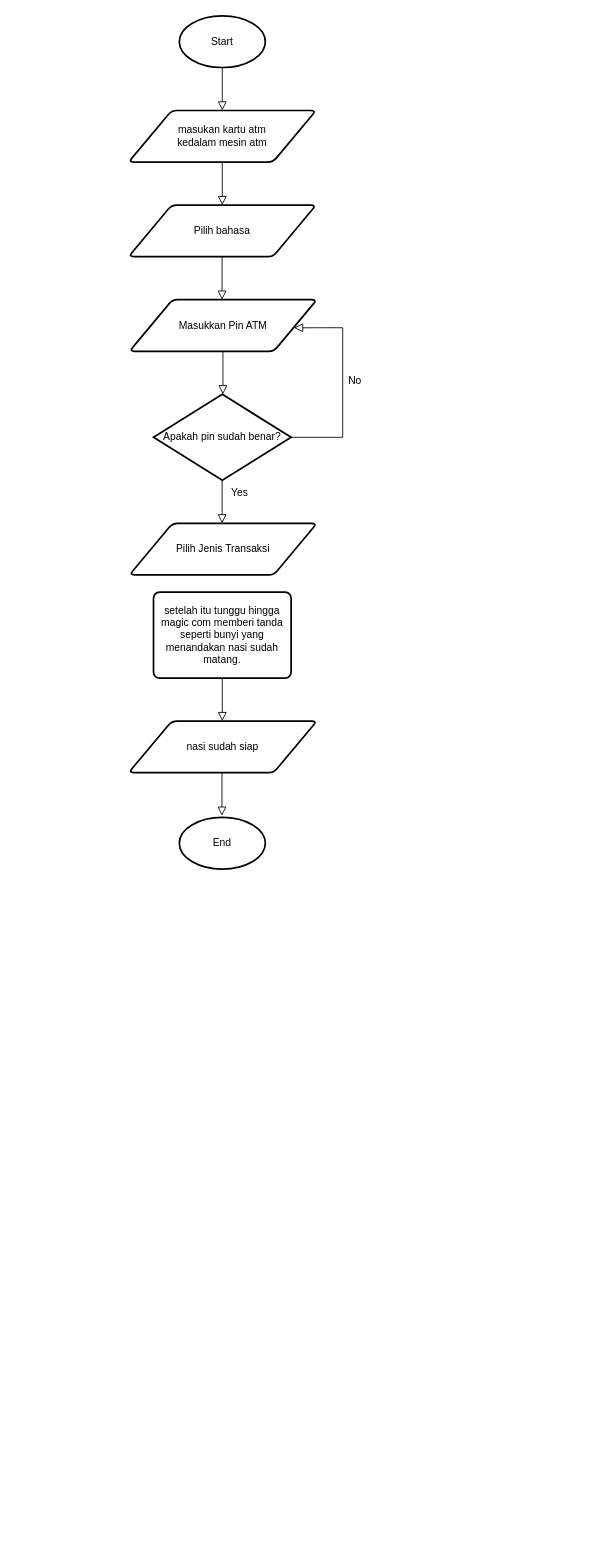
The draw.io diagram Untitled Diagram.drawio in RyanRamadhan11/drawio, before the edit. Source tidied: cells renumbered, new cells numbered last; positions are measured from the earlier drawing's top-left corner, leaving out a move shared by most shapes. Both pictures are drawn from the tidied source at 86%, with x=0, y=0 at pixel (128, 15).
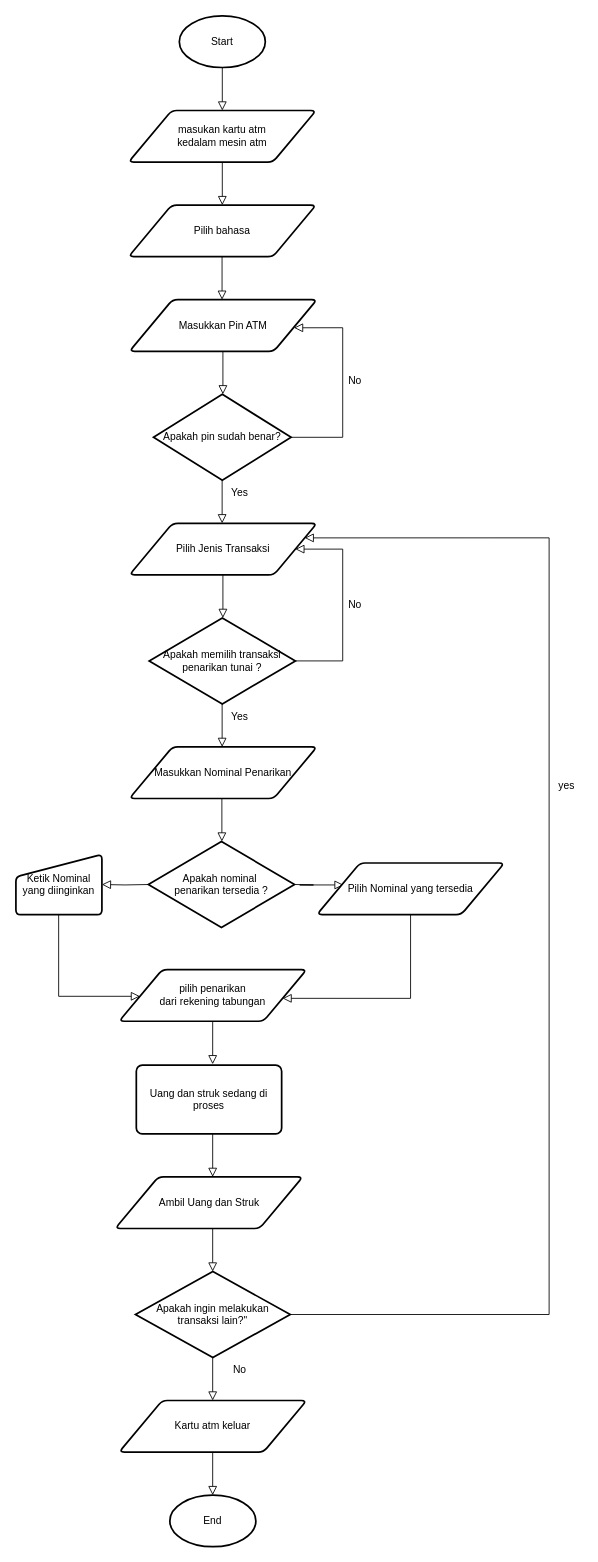
Above is the later version.

The change refers to these unchanged cells:
```xml
<mxCell id="18" value="Pilih Jenis Transaksi " style="shape=parallelogram;html=1;strokeWidth=2;perimeter=parallelogramPerimeter;whiteSpace=wrap;rounded=1;arcSize=12;size=0.23;" parent="1" vertex="1">
  <mxGeometry x="1" y="590" width="218" height="60" as="geometry" />
</mxCell>
```

What changed in the source:
```diff
@@
-    <mxCell id="5" style="rounded=0;html=1;jettySize=auto;orthogonalLoop=1;fontSize=11;endArrow=block;endFill=0;endSize=8;strokeWidth=1;shadow=0;labelBackgroundColor=none;edgeStyle=orthogonalEdgeStyle;" parent="1" edge="1">
-      <mxGeometry relative="1" as="geometry">
-        <mxPoint x="108.6" y="880" as="sourcePoint" />
-        <mxPoint x="108.6" y="930" as="targetPoint" />
-      </mxGeometry>
-    </mxCell>
@@
     <mxCell id="7" value="End" style="strokeWidth=2;html=1;shape=mxgraph.flowchart.start_1;whiteSpace=wrap;" parent="1" vertex="1">
-      <mxGeometry x="59" y="932" width="100" height="60" as="geometry" />
+      <mxGeometry x="48" y="1720" width="100" height="60" as="geometry" />
     </mxCell>
@@
-    <mxCell id="10" value="setelah itu tunggu hingga magic com memberi tanda seperti bunyi yang menandakan nasi sudah matang." style="rounded=1;whiteSpace=wrap;html=1;absoluteArcSize=1;arcSize=14;strokeWidth=2;" parent="1" vertex="1">
-      <mxGeometry x="29" y="670" width="160" height="100" as="geometry" />
-    </mxCell>
-    <mxCell id="11" style="rounded=0;html=1;jettySize=auto;orthogonalLoop=1;fontSize=11;endArrow=block;endFill=0;endSize=8;strokeWidth=1;shadow=0;labelBackgroundColor=none;edgeStyle=orthogonalEdgeStyle;" parent="1" edge="1">
-      <mxGeometry relative="1" as="geometry">
-        <mxPoint x="109" y="770" as="sourcePoint" />
-        <mxPoint x="109" y="820" as="targetPoint" />
-      </mxGeometry>
-    </mxCell>
-    <mxCell id="12" value="nasi sudah siap" style="shape=parallelogram;html=1;strokeWidth=2;perimeter=parallelogramPerimeter;whiteSpace=wrap;rounded=1;arcSize=12;size=0.23;" parent="1" vertex="1">
-      <mxGeometry y="820" width="219" height="60" as="geometry" />
-    </mxCell>
@@
+    <mxCell id="21" style="rounded=0;html=1;jettySize=auto;orthogonalLoop=1;fontSize=11;endArrow=block;endFill=0;endSize=8;strokeWidth=1;shadow=0;labelBackgroundColor=none;edgeStyle=orthogonalEdgeStyle;" parent="1" edge="1">
+      <mxGeometry relative="1" as="geometry">
+        <mxPoint x="109.7" y="650" as="sourcePoint" />
+        <mxPoint x="109.7" y="700" as="targetPoint" />
+      </mxGeometry>
+    </mxCell>
+    <mxCell id="22" value="Apakah memilih transaksi penarikan tunai ?" style="strokeWidth=2;html=1;shape=mxgraph.flowchart.decision;whiteSpace=wrap;" parent="1" vertex="1">
+      <mxGeometry x="24" y="700" width="170" height="100" as="geometry" />
+    </mxCell>
+    <mxCell id="23" style="rounded=0;html=1;jettySize=auto;orthogonalLoop=1;fontSize=11;endArrow=block;endFill=0;endSize=8;strokeWidth=1;shadow=0;labelBackgroundColor=none;edgeStyle=orthogonalEdgeStyle;" parent="1" edge="1">
+      <mxGeometry relative="1" as="geometry">
+        <mxPoint x="108.8" y="800" as="sourcePoint" />
+        <mxPoint x="108.8" y="850" as="targetPoint" />
+      </mxGeometry>
+    </mxCell>
+    <mxCell id="24" value="Yes" style="text;html=1;align=center;verticalAlign=middle;strokeColor=none;fillColor=none;" parent="1" vertex="1">
+      <mxGeometry x="109" y="800" width="40" height="30" as="geometry" />
+    </mxCell>
+    <mxCell id="25" style="rounded=0;html=1;jettySize=auto;fontSize=11;endArrow=block;endFill=0;endSize=8;strokeWidth=1;shadow=0;labelBackgroundColor=none;edgeStyle=orthogonalEdgeStyle;entryX=1;entryY=0.5;entryDx=0;entryDy=0;" parent="1" edge="1" target="18">
+      <mxGeometry relative="1" as="geometry">
+        <mxPoint x="194" y="750" as="sourcePoint" />
+        <Array as="points">
+          <mxPoint x="249" y="750" />
+          <mxPoint x="249" y="620" />
+        </Array>
+      </mxGeometry>
+    </mxCell>
+    <mxCell id="26" value="No" style="text;html=1;align=center;verticalAlign=middle;strokeColor=none;fillColor=none;" parent="1" vertex="1">
+      <mxGeometry x="243" y="670" width="40" height="30" as="geometry" />
+    </mxCell>
+    <mxCell id="27" value="Masukkan Nominal Penarikan" style="shape=parallelogram;html=1;strokeWidth=2;perimeter=parallelogramPerimeter;whiteSpace=wrap;rounded=1;arcSize=12;size=0.23;" parent="1" vertex="1">
+      <mxGeometry x="1" y="850" width="218" height="60" as="geometry" />
+    </mxCell>
+    <mxCell id="28" style="rounded=0;html=1;jettySize=auto;orthogonalLoop=1;fontSize=11;endArrow=block;endFill=0;endSize=8;strokeWidth=1;shadow=0;labelBackgroundColor=none;edgeStyle=orthogonalEdgeStyle;" parent="1" edge="1">
+      <mxGeometry relative="1" as="geometry">
+        <mxPoint x="108.5" y="910" as="sourcePoint" />
+        <mxPoint x="108.5" y="960" as="targetPoint" />
+      </mxGeometry>
+    </mxCell>
+    <mxCell id="29" value="&lt;div&gt;Apakah nominal&amp;nbsp;&lt;/div&gt;&lt;div&gt;penarikan tersedia ? &lt;/div&gt;" style="strokeWidth=2;html=1;shape=mxgraph.flowchart.decision;whiteSpace=wrap;" parent="1" vertex="1">
+      <mxGeometry x="23" y="960" width="170" height="100" as="geometry" />
+    </mxCell>
+    <mxCell id="30" value="Ketik Nominal yang diinginkan" style="html=1;strokeWidth=2;shape=manualInput;whiteSpace=wrap;rounded=1;size=26;arcSize=11;" parent="1" vertex="1">
+      <mxGeometry x="-131" y="975" width="100" height="70" as="geometry" />
+    </mxCell>
+    <mxCell id="31" style="rounded=0;html=1;jettySize=auto;fontSize=11;endArrow=block;endFill=0;endSize=8;strokeWidth=1;shadow=0;labelBackgroundColor=none;edgeStyle=orthogonalEdgeStyle;entryX=1;entryY=0.5;entryDx=0;entryDy=0;" parent="1" edge="1" target="30">
+      <mxGeometry relative="1" as="geometry">
+        <mxPoint x="23" y="1010" as="sourcePoint" />
+      </mxGeometry>
+    </mxCell>
+    <mxCell id="32" style="rounded=0;html=1;jettySize=auto;fontSize=11;endArrow=block;endFill=0;endSize=8;strokeWidth=1;shadow=0;labelBackgroundColor=none;edgeStyle=orthogonalEdgeStyle;entryX=0.142;entryY=0.425;entryDx=0;entryDy=0;entryPerimeter=0;" parent="1" edge="1" target="33">
+      <mxGeometry relative="1" as="geometry">
+        <mxPoint x="194" y="1010" as="sourcePoint" />
+      </mxGeometry>
+    </mxCell>
+    <mxCell id="33" value="Pilih Nominal yang tersedia" style="shape=parallelogram;html=1;strokeWidth=2;perimeter=parallelogramPerimeter;whiteSpace=wrap;rounded=1;arcSize=12;size=0.23;" parent="1" vertex="1">
+      <mxGeometry x="219" y="985" width="218" height="60" as="geometry" />
+    </mxCell>
+    <mxCell id="34" value="pilih penarikan &lt;br&gt;dari rekening tabungan" style="shape=parallelogram;html=1;strokeWidth=2;perimeter=parallelogramPerimeter;whiteSpace=wrap;rounded=1;arcSize=12;size=0.23;" parent="1" vertex="1">
+      <mxGeometry x="-11" y="1109" width="218" height="60" as="geometry" />
+    </mxCell>
+    <mxCell id="35" style="rounded=0;html=1;jettySize=auto;fontSize=11;endArrow=block;endFill=0;endSize=8;strokeWidth=1;shadow=0;labelBackgroundColor=none;edgeStyle=orthogonalEdgeStyle;" parent="1" edge="1" target="34">
+      <mxGeometry relative="1" as="geometry">
+        <mxPoint x="-81.3" y="1045" as="sourcePoint" />
+        <Array as="points">
+          <mxPoint x="-81" y="1140" />
+        </Array>
+      </mxGeometry>
+    </mxCell>
+    <mxCell id="36" style="rounded=0;html=1;jettySize=auto;fontSize=11;endArrow=block;endFill=0;endSize=8;strokeWidth=1;shadow=0;labelBackgroundColor=none;edgeStyle=orthogonalEdgeStyle;entryX=0.872;entryY=0.556;entryDx=0;entryDy=0;entryPerimeter=0;" parent="1" edge="1" target="34">
+      <mxGeometry relative="1" as="geometry">
+        <mxPoint x="327.9" y="1045" as="sourcePoint" />
+        <Array as="points">
+          <mxPoint x="328" y="1142" />
+        </Array>
+      </mxGeometry>
+    </mxCell>
+    <mxCell id="37" style="rounded=0;html=1;jettySize=auto;orthogonalLoop=1;fontSize=11;endArrow=block;endFill=0;endSize=8;strokeWidth=1;shadow=0;labelBackgroundColor=none;edgeStyle=orthogonalEdgeStyle;" parent="1" edge="1">
+      <mxGeometry relative="1" as="geometry">
+        <mxPoint x="97.8" y="1169" as="sourcePoint" />
+        <mxPoint x="97.8" y="1219" as="targetPoint" />
+      </mxGeometry>
+    </mxCell>
+    <mxCell id="38" value="Uang dan struk sedang di proses" style="rounded=1;whiteSpace=wrap;html=1;absoluteArcSize=1;arcSize=14;strokeWidth=2;" parent="1" vertex="1">
+      <mxGeometry x="9" y="1220" width="169" height="80" as="geometry" />
+    </mxCell>
+    <mxCell id="39" style="rounded=0;html=1;jettySize=auto;orthogonalLoop=1;fontSize=11;endArrow=block;endFill=0;endSize=8;strokeWidth=1;shadow=0;labelBackgroundColor=none;edgeStyle=orthogonalEdgeStyle;" parent="1" edge="1">
+      <mxGeometry relative="1" as="geometry">
+        <mxPoint x="97.8" y="1300" as="sourcePoint" />
+        <mxPoint x="97.8" y="1350" as="targetPoint" />
+      </mxGeometry>
+    </mxCell>
+    <mxCell id="40" value="Ambil Uang dan Struk" style="shape=parallelogram;html=1;strokeWidth=2;perimeter=parallelogramPerimeter;whiteSpace=wrap;rounded=1;arcSize=12;size=0.23;" parent="1" vertex="1">
+      <mxGeometry x="-15.5" y="1350" width="218" height="60" as="geometry" />
+    </mxCell>
+    <mxCell id="41" style="rounded=0;html=1;jettySize=auto;orthogonalLoop=1;fontSize=11;endArrow=block;endFill=0;endSize=8;strokeWidth=1;shadow=0;labelBackgroundColor=none;edgeStyle=orthogonalEdgeStyle;" parent="1" edge="1">
+      <mxGeometry relative="1" as="geometry">
+        <mxPoint x="97.8" y="1410" as="sourcePoint" />
+        <mxPoint x="97.8" y="1460" as="targetPoint" />
+      </mxGeometry>
+    </mxCell>
+    <mxCell id="42" value="Apakah ingin melakukan transaksi lain?&quot;" style="strokeWidth=2;html=1;shape=mxgraph.flowchart.decision;whiteSpace=wrap;" parent="1" vertex="1">
+      <mxGeometry x="8" y="1460" width="180" height="100" as="geometry" />
+    </mxCell>
+    <mxCell id="43" style="rounded=0;html=1;jettySize=auto;fontSize=11;endArrow=block;endFill=0;endSize=8;strokeWidth=1;shadow=0;labelBackgroundColor=none;edgeStyle=orthogonalEdgeStyle;entryX=1;entryY=0.25;entryDx=0;entryDy=0;" parent="1" edge="1" target="18">
+      <mxGeometry relative="1" as="geometry">
+        <mxPoint x="188" y="1510" as="sourcePoint" />
+        <Array as="points">
+          <mxPoint x="489" y="1510" />
+          <mxPoint x="489" y="607" />
+        </Array>
+      </mxGeometry>
+    </mxCell>
+    <mxCell id="44" value="yes" style="text;html=1;align=center;verticalAlign=middle;strokeColor=none;fillColor=none;" parent="1" vertex="1">
+      <mxGeometry x="489" y="880" width="40" height="30" as="geometry" />
+    </mxCell>
+    <mxCell id="45" value="No" style="text;html=1;align=center;verticalAlign=middle;strokeColor=none;fillColor=none;" parent="1" vertex="1">
+      <mxGeometry x="109" y="1560" width="40" height="30" as="geometry" />
+    </mxCell>
+    <mxCell id="46" style="rounded=0;html=1;jettySize=auto;orthogonalLoop=1;fontSize=11;endArrow=block;endFill=0;endSize=8;strokeWidth=1;shadow=0;labelBackgroundColor=none;edgeStyle=orthogonalEdgeStyle;" parent="1" edge="1">
+      <mxGeometry relative="1" as="geometry">
+        <mxPoint x="97.8" y="1560" as="sourcePoint" />
+        <mxPoint x="97.8" y="1610" as="targetPoint" />
+      </mxGeometry>
+    </mxCell>
+    <mxCell id="47" value="Kartu atm keluar" style="shape=parallelogram;html=1;strokeWidth=2;perimeter=parallelogramPerimeter;whiteSpace=wrap;rounded=1;arcSize=12;size=0.23;" parent="1" vertex="1">
+      <mxGeometry x="-11" y="1610" width="218" height="60" as="geometry" />
+    </mxCell>
+    <mxCell id="48" style="rounded=0;html=1;jettySize=auto;orthogonalLoop=1;fontSize=11;endArrow=block;endFill=0;endSize=8;strokeWidth=1;shadow=0;labelBackgroundColor=none;edgeStyle=orthogonalEdgeStyle;" parent="1" edge="1">
+      <mxGeometry relative="1" as="geometry">
+        <mxPoint x="97.8" y="1670" as="sourcePoint" />
+        <mxPoint x="97.8" y="1720" as="targetPoint" />
+      </mxGeometry>
+    </mxCell>
```
